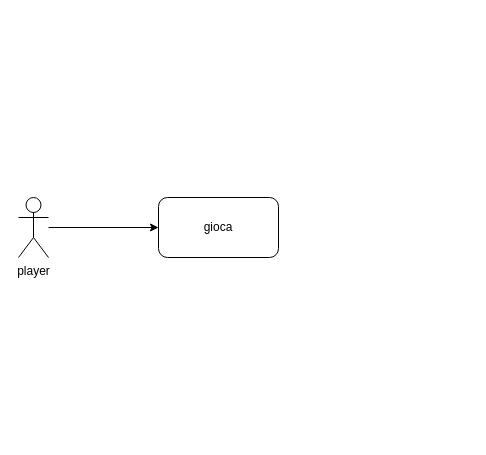
The draw.io diagram UML/casi uso.drawio in Tonello05/java_progetto_fine_anno, before the edit. Source tidied: cells renumbered, new cells numbered last; positions are measured from the earlier drawing's top-left corner, leaving out a move shared by most shapes. Both pictures are drawn from the tidied source at 100%, with x=0, y=0 at pixel (18, 197).
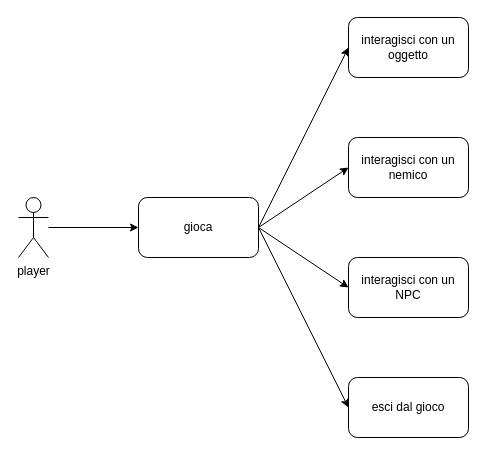
The same page after the edit.

Diff of the diagram source:
```diff
@@
 <mxGraphModel>
   <root>
     <mxCell id="0" />
     <mxCell id="1" parent="0" />
     <mxCell id="2" value="player" style="shape=umlActor;verticalLabelPosition=bottom;verticalAlign=top;html=1;outlineConnect=0;" parent="1" vertex="1">
       <mxGeometry width="30" height="60" as="geometry" />
     </mxCell>
     <mxCell id="3" style="endArrow=classic;html=1;rounded=0;" parent="1" edge="1" source="2" target="4">
       <mxGeometry relative="1" as="geometry" />
     </mxCell>
     <mxCell id="4" value="gioca" style="rounded=1;whiteSpace=wrap;html=1;" parent="1" vertex="1">
-      <mxGeometry x="140" width="120" height="60" as="geometry" />
+      <mxGeometry x="120" width="120" height="60" as="geometry" />
     </mxCell>
+    <mxCell id="5" value="esci dal gioco" style="rounded=1;whiteSpace=wrap;html=1;" parent="1" vertex="1">
+      <mxGeometry x="330" y="180" width="120" height="60" as="geometry" />
+    </mxCell>
+    <mxCell id="6" value="interagisci con un NPC" style="rounded=1;whiteSpace=wrap;html=1;" parent="1" vertex="1">
+      <mxGeometry x="330" y="60" width="120" height="60" as="geometry" />
+    </mxCell>
+    <mxCell id="7" value="interagisci con un nemico" style="rounded=1;whiteSpace=wrap;html=1;" parent="1" vertex="1">
+      <mxGeometry x="330" y="-60" width="120" height="60" as="geometry" />
+    </mxCell>
+    <mxCell id="8" value="interagisci con un oggetto" style="rounded=1;whiteSpace=wrap;html=1;" parent="1" vertex="1">
+      <mxGeometry x="330" y="-180" width="120" height="60" as="geometry" />
+    </mxCell>
+    <mxCell id="9" style="endArrow=classic;html=1;rounded=0;exitX=1;exitY=0.5;exitDx=0;exitDy=0;entryX=0;entryY=0.5;entryDx=0;entryDy=0;" parent="1" edge="1" source="4" target="5">
+      <mxGeometry relative="1" as="geometry" />
+    </mxCell>
+    <mxCell id="10" style="endArrow=classic;html=1;rounded=0;exitX=1;exitY=0.5;exitDx=0;exitDy=0;entryX=0;entryY=0.5;entryDx=0;entryDy=0;" parent="1" edge="1" source="4" target="6">
+      <mxGeometry relative="1" as="geometry" />
+    </mxCell>
+    <mxCell id="11" style="endArrow=classic;html=1;rounded=0;exitX=1;exitY=0.5;exitDx=0;exitDy=0;entryX=0;entryY=0.5;entryDx=0;entryDy=0;" parent="1" edge="1" source="4" target="7">
+      <mxGeometry relative="1" as="geometry" />
+    </mxCell>
+    <mxCell id="12" style="endArrow=classic;html=1;rounded=0;exitX=1;exitY=0.5;exitDx=0;exitDy=0;entryX=0;entryY=0.5;entryDx=0;entryDy=0;" parent="1" edge="1" source="4" target="8">
+      <mxGeometry relative="1" as="geometry" />
+    </mxCell>
   </root>
 </mxGraphModel>
```
